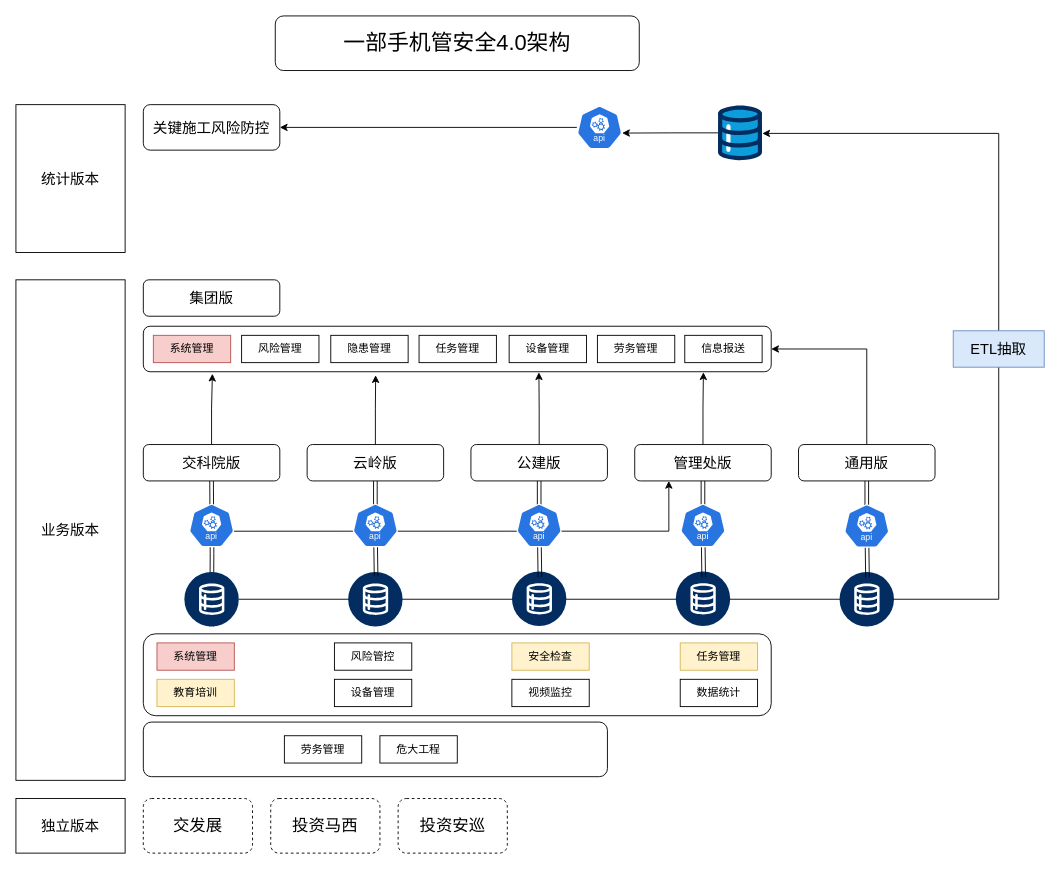
Above: 安全4.0当前架构.drawio in kerwin58/drawio (draw.io), before the change. Source tidied: cells renumbered, new cells numbered last; positions are measured from the earlier drawing's top-left corner, leaving out a move shared by most shapes. Both pictures are drawn from the tidied source at 91%, with x=0, y=0 at pixel (15, 15).
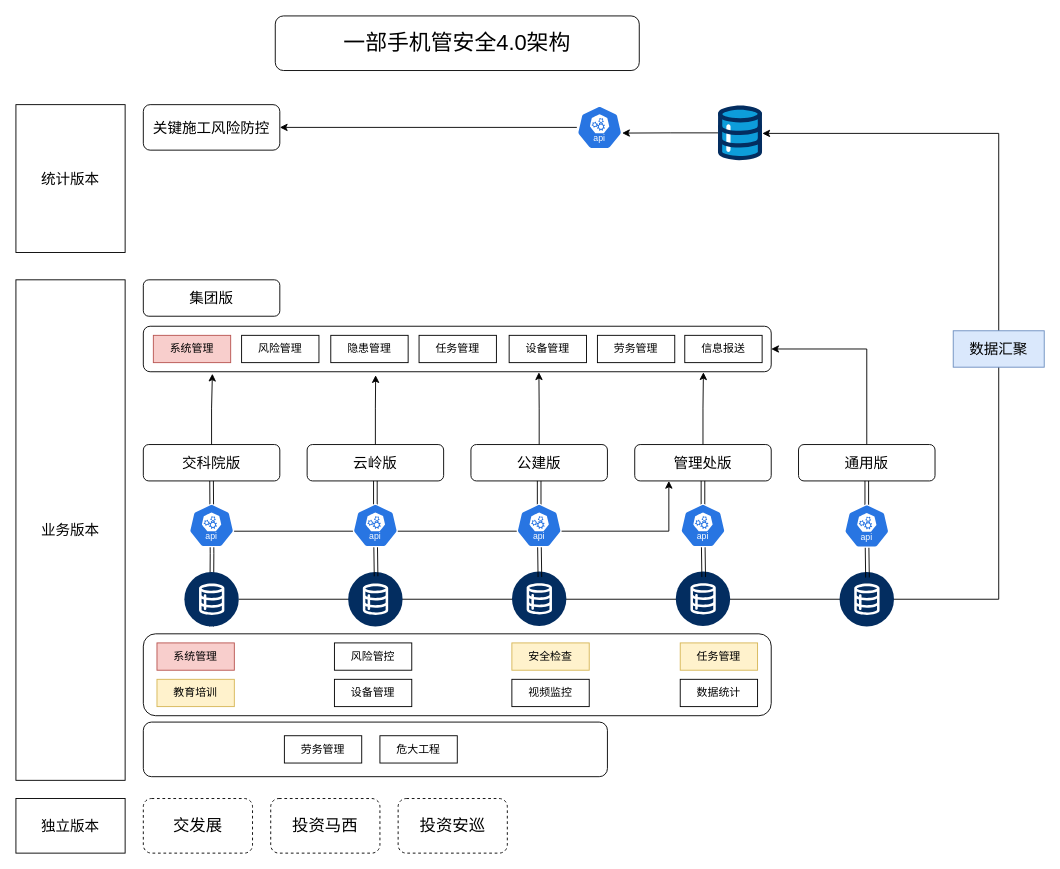
Above is the later version.

Commit message:
更新安全4.0当前架构.drawio

What changed in the source:
```diff
@@
-    <mxCell id="54" value="&lt;font style=&quot;font-size: 16px;&quot;&gt;ETL抽取&lt;/font&gt;" style="rounded=0;whiteSpace=wrap;html=1;fillColor=#dae8fc;strokeColor=#6c8ebf;" parent="1" vertex="1">
+    <mxCell id="54" value="&lt;font style=&quot;font-size: 16px;&quot;&gt;数据汇聚&lt;/font&gt;" style="rounded=0;whiteSpace=wrap;html=1;fillColor=#dae8fc;strokeColor=#6c8ebf;" parent="1" vertex="1">
       <mxGeometry x="1030" y="346" width="100" height="40" as="geometry" />
     </mxCell>
```
